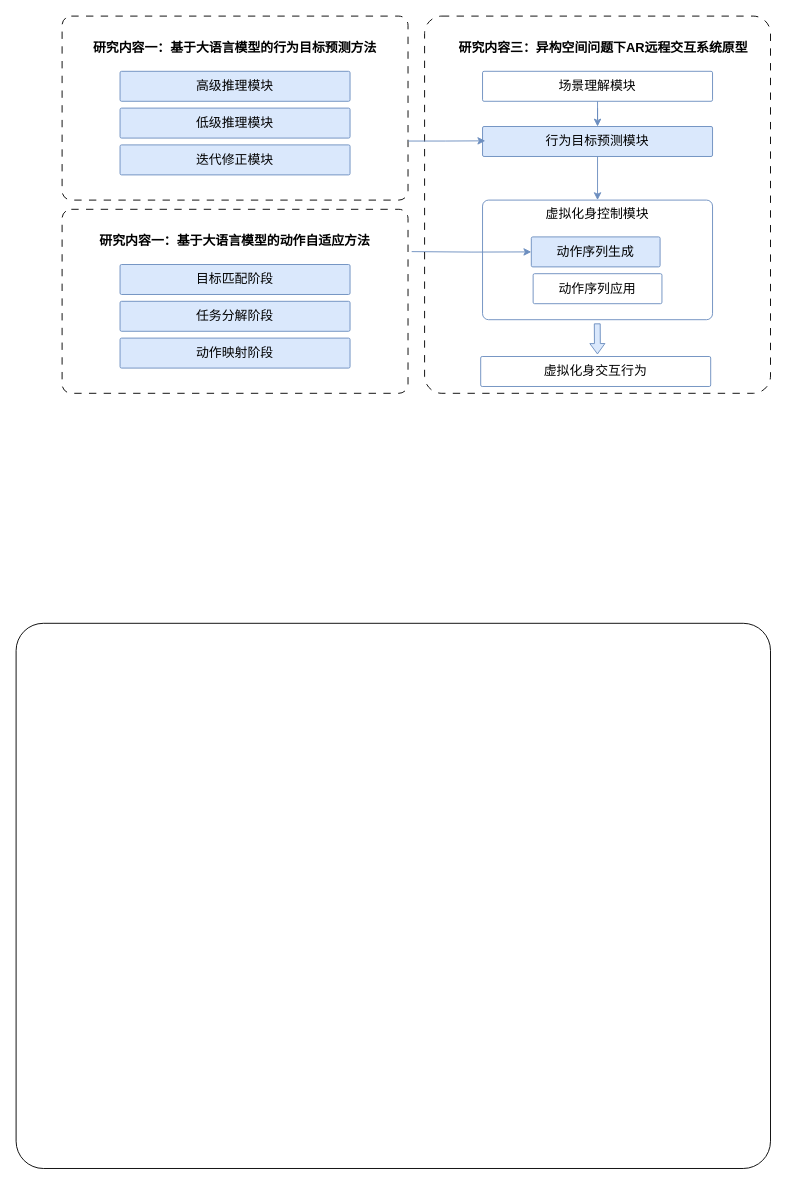
Above: 研究内容架构.drawio in Rinco1018/project_test (draw.io), before the change. Source tidied: cells renumbered, new cells numbered last; positions are measured from the earlier drawing's top-left corner, leaving out a move shared by most shapes. Both pictures are drawn from the tidied source at 92%, with x=0, y=0 at pixel (16, 16).
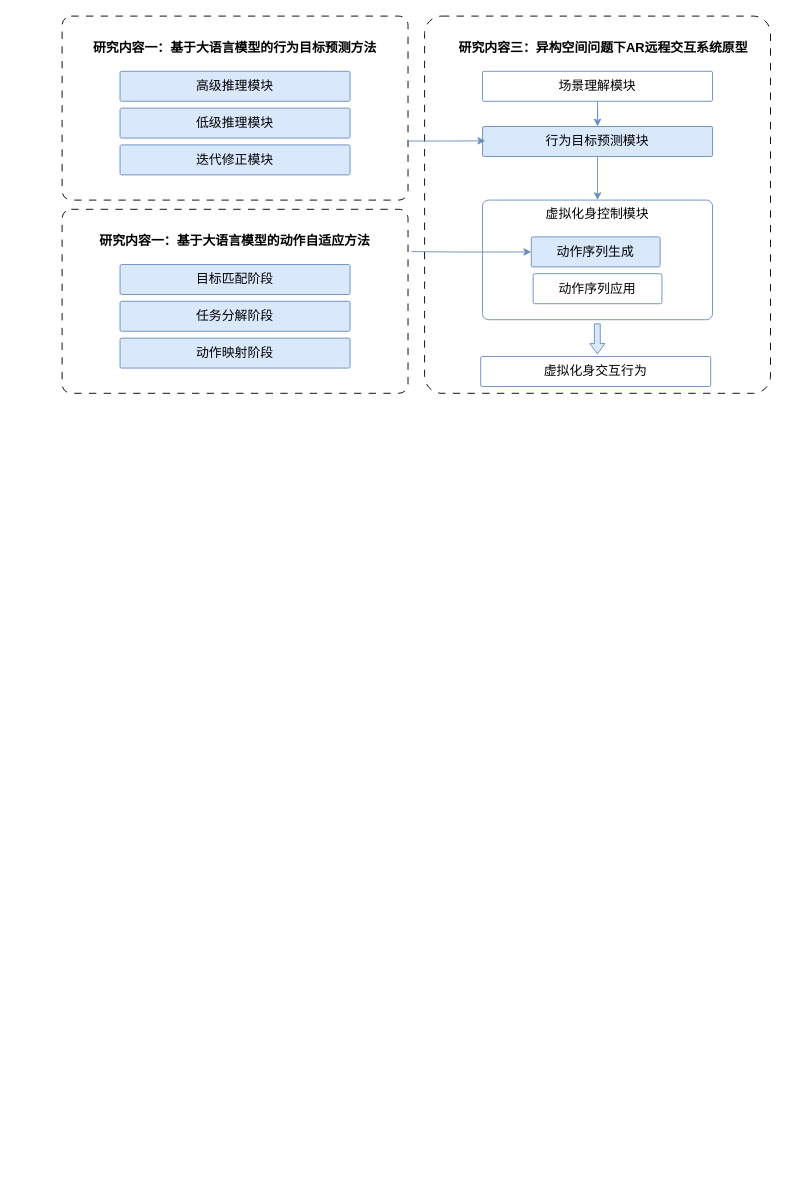
Above is the later version.

Commit message (it also covers changes not shown here):
更新研究内容架构.drawio

Diff of the diagram source:
```diff
@@
-    <mxCell id="2" style="rounded=1;arcSize=5;whiteSpace=wrap;html=1;fillColor=none;strokeColor=#000000;fontColor=#333333;" parent="1" vertex="1">
-      <mxGeometry y="660" width="820" height="592.6" as="geometry" />
-    </mxCell>
```
